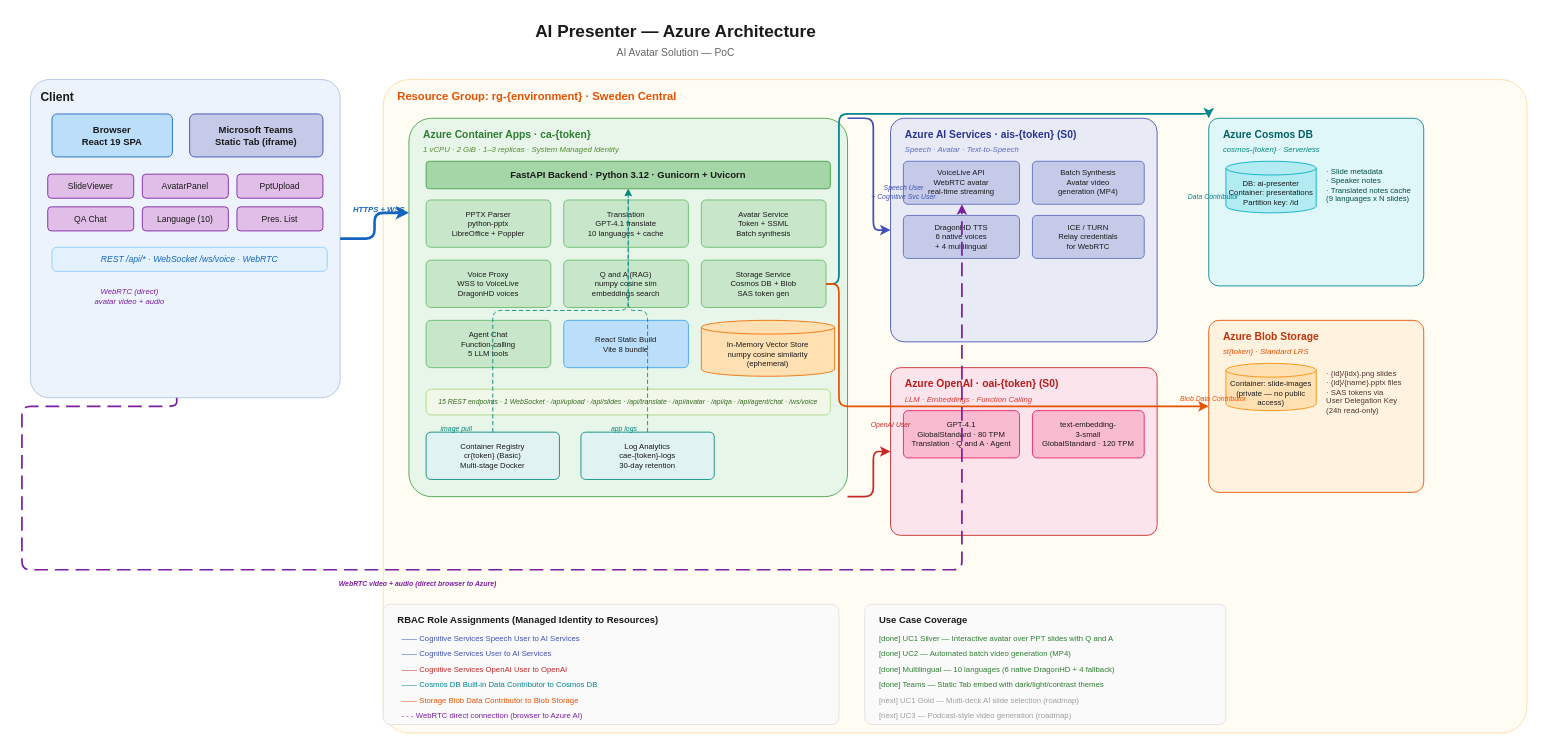
Earlier version of the draw.io diagram docs/diagrams/azure-architecture.drawio (ozgurkarahan/ai-avatar-presenter). Source tidied: cells renumbered, new cells numbered last; positions are measured from the earlier drawing's top-left corner, leaving out a move shared by most shapes. Both pictures are drawn from the tidied source at 86%, with x=0, y=0 at pixel (22, 15).
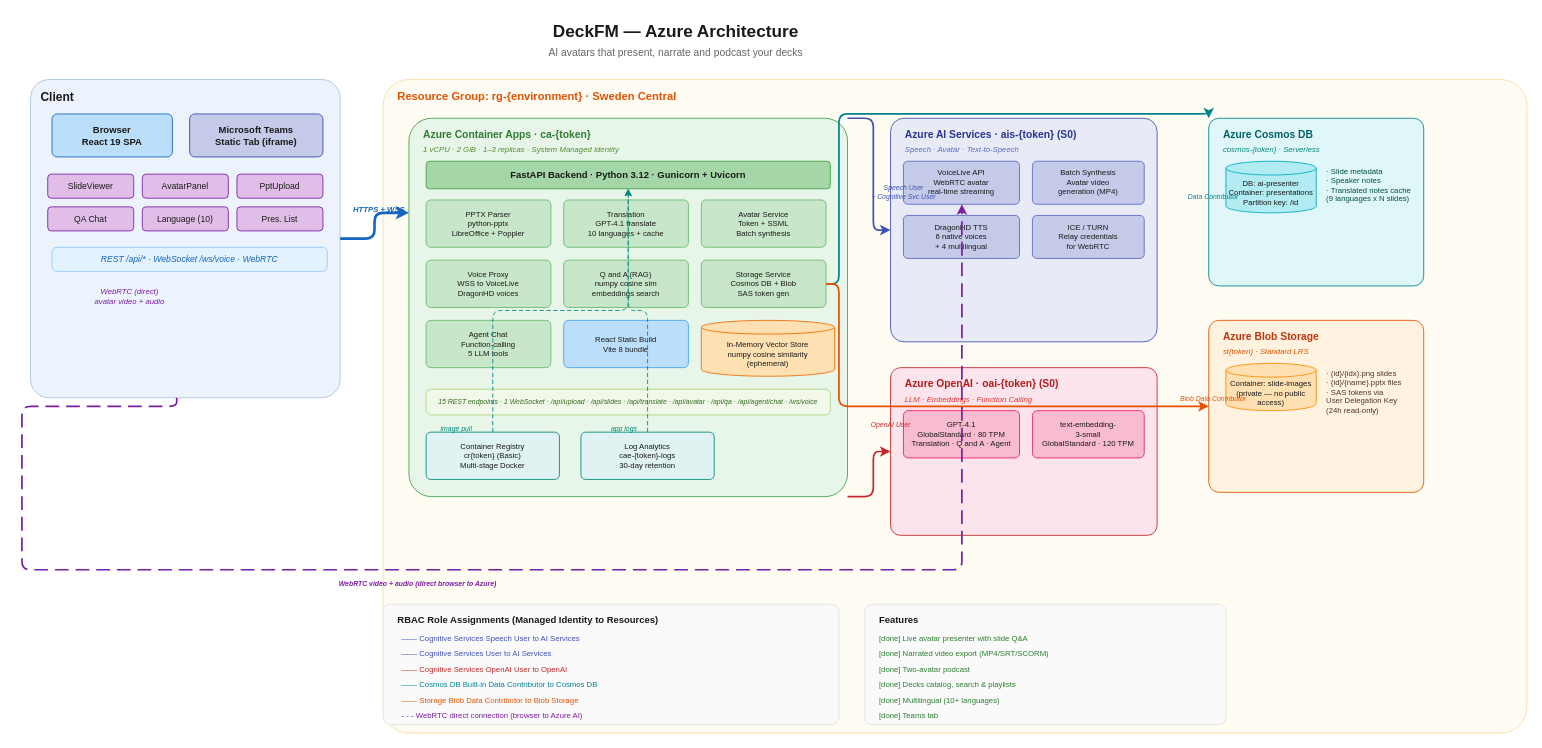
The same page after the edit.

The edit, as a diff of the source:
```diff
@@
-    <mxCell id="2" value="AI Presenter — Azure Architecture" style="text;html=1;align=center;verticalAlign=middle;fontSize=20;fontStyle=1;fontColor=#1a1a1a;" parent="1" vertex="1">
+    <mxCell id="2" value="DeckFM — Azure Architecture" style="text;html=1;align=center;verticalAlign=middle;fontSize=20;fontStyle=1;fontColor=#1a1a1a;" parent="1" vertex="1">
       <mxGeometry x="560" width="400" height="35" as="geometry" />
     </mxCell>
-    <mxCell id="3" value="AI Avatar Solution — PoC" style="text;html=1;align=center;verticalAlign=middle;fontSize=12;fontColor=#666666;" parent="1" vertex="1">
+    <mxCell id="3" value="AI avatars that present, narrate and podcast your decks" style="text;html=1;align=center;verticalAlign=middle;fontSize=12;fontColor=#666666;" parent="1" vertex="1">
       <mxGeometry x="600" y="33" width="320" height="22" as="geometry" />
     </mxCell>
@@
-    <mxCell id="81" value="Use Case Coverage" style="text;html=1;fontSize=11;fontStyle=1;fontColor=#1a1a1a;align=left;" parent="1" vertex="1">
-      <mxGeometry x="995" y="690" width="250" height="20" as="geometry" />
-    </mxCell>
-    <mxCell id="82" value="[done]  UC1 Silver — Interactive avatar over PPT slides with Q and A" style="text;html=1;fontSize=9;fontColor=#2E7D32;align=left;" parent="1" vertex="1">
-      <mxGeometry x="995" y="713" width="380" height="16" as="geometry" />
-    </mxCell>
-    <mxCell id="83" value="[done]  UC2 — Automated batch video generation (MP4)" style="text;html=1;fontSize=9;fontColor=#2E7D32;align=left;" parent="1" vertex="1">
-      <mxGeometry x="995" y="731" width="380" height="16" as="geometry" />
-    </mxCell>
-    <mxCell id="84" value="[done]  Multilingual — 10 languages (6 native DragonHD + 4 fallback)" style="text;html=1;fontSize=9;fontColor=#2E7D32;align=left;" parent="1" vertex="1">
-      <mxGeometry x="995" y="749" width="380" height="16" as="geometry" />
-    </mxCell>
-    <mxCell id="85" value="[done]  Teams — Static Tab embed with dark/light/contrast themes" style="text;html=1;fontSize=9;fontColor=#2E7D32;align=left;" parent="1" vertex="1">
-      <mxGeometry x="995" y="767" width="380" height="16" as="geometry" />
-    </mxCell>
-    <mxCell id="86" value="[next]  UC1 Gold — Multi-deck AI slide selection (roadmap)" style="text;html=1;fontSize=9;fontColor=#9E9E9E;align=left;" parent="1" vertex="1">
-      <mxGeometry x="995" y="785" width="380" height="16" as="geometry" />
-    </mxCell>
-    <mxCell id="87" value="[next]  UC3 — Podcast-style video generation (roadmap)" style="text;html=1;fontSize=9;fontColor=#9E9E9E;align=left;" parent="1" vertex="1">
-      <mxGeometry x="995" y="803" width="380" height="16" as="geometry" />
-    </mxCell>
+    <mxCell id="88" value="Features" style="text;html=1;fontSize=11;fontStyle=1;fontColor=#1a1a1a;align=left;" parent="1" vertex="1">
+      <mxGeometry x="995" y="690" width="250" height="20" as="geometry" />
+    </mxCell>
+    <mxCell id="89" value="[done]  Live avatar presenter with slide Q&amp;A" style="text;html=1;fontSize=9;fontColor=#2E7D32;align=left;" parent="1" vertex="1">
+      <mxGeometry x="995" y="713" width="380" height="16" as="geometry" />
+    </mxCell>
+    <mxCell id="90" value="[done]  Narrated video export (MP4/SRT/SCORM)" style="text;html=1;fontSize=9;fontColor=#2E7D32;align=left;" parent="1" vertex="1">
+      <mxGeometry x="995" y="731" width="380" height="16" as="geometry" />
+    </mxCell>
+    <mxCell id="91" value="[done]  Two-avatar podcast" style="text;html=1;fontSize=9;fontColor=#2E7D32;align=left;" parent="1" vertex="1">
+      <mxGeometry x="995" y="749" width="380" height="16" as="geometry" />
+    </mxCell>
+    <mxCell id="92" value="[done]  Decks catalog, search &amp; playlists" style="text;html=1;fontSize=9;fontColor=#2E7D32;align=left;" parent="1" vertex="1">
+      <mxGeometry x="995" y="767" width="380" height="16" as="geometry" />
+    </mxCell>
+    <mxCell id="93" value="[done]  Multilingual (10+ languages)" style="text;html=1;fontSize=9;fontColor=#2E7D32;align=left;" parent="1" vertex="1">
+      <mxGeometry x="995" y="785" width="380" height="16" as="geometry" />
+    </mxCell>
+    <mxCell id="94" value="[done]  Teams tab" style="text;html=1;fontSize=9;fontColor=#2E7D32;align=left;" parent="1" vertex="1">
+      <mxGeometry x="995" y="803" width="380" height="16" as="geometry" />
+    </mxCell>
```
